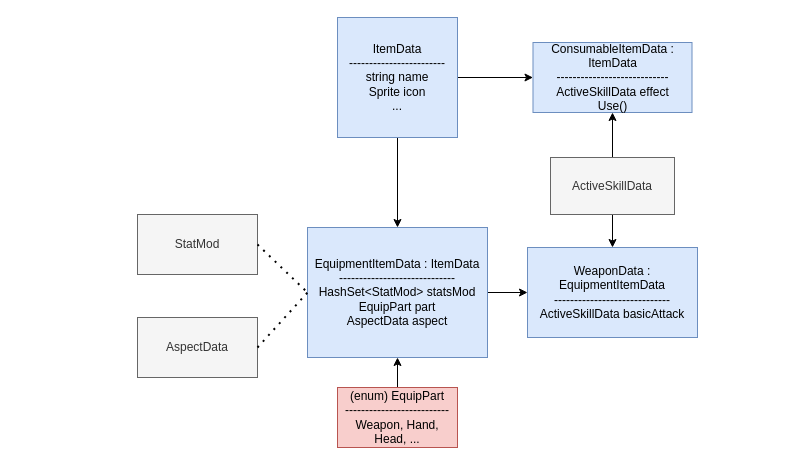
Before: page "Inventory.Items" (1 of 7) of workflows/Inventory,Skills & Effects.drawio in moretech1402/Unity-Scripts, a draw.io diagram. Source tidied: cells renumbered, new cells numbered last; positions are measured from the earlier drawing's top-left corner, leaving out a move shared by most shapes. Both pictures are drawn from the tidied source at 100%, with x=0, y=0 at pixel (137, 17).
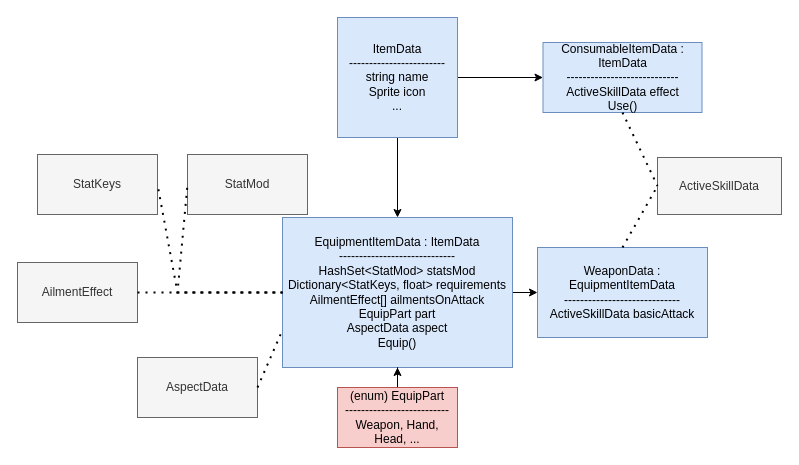
The same page after the edit.

Commit message:
Update : Include requirements & effectOnAttack in diagram

What changed in the source:
```diff
@@
-    <mxCell id="5" style="edgeStyle=orthogonalEdgeStyle;rounded=0;jettySize=auto;html=1;entryX=0.5;entryY=1;entryDx=0;entryDy=0;" parent="1" edge="1" source="7" target="14">
-      <mxGeometry relative="1" as="geometry" />
-    </mxCell>
-    <mxCell id="6" style="edgeStyle=orthogonalEdgeStyle;rounded=0;jettySize=auto;html=1;entryX=0.5;entryY=0;entryDx=0;entryDy=0;" parent="1" edge="1" source="7" target="11">
-      <mxGeometry relative="1" as="geometry" />
-    </mxCell>
     <mxCell id="7" value="ActiveSkillData" style="rounded=0;whiteSpace=wrap;html=1;fillColor=#f5f5f5;strokeColor=#666666;fontColor=#333333;" parent="1" vertex="1">
-      <mxGeometry x="413" y="140" width="124" height="57" as="geometry" />
+      <mxGeometry x="520" y="140" width="124" height="57" as="geometry" />
     </mxCell>
@@
-    <mxCell id="10" value="EquipmentItemData : ItemData&lt;div&gt;-----------------------------&lt;/div&gt;&lt;div&gt;HashSet&amp;lt;StatMod&amp;gt; statsMod&lt;/div&gt;&lt;div&gt;EquipPart part&lt;/div&gt;&lt;div&gt;AspectData aspect&lt;/div&gt;" style="rounded=0;whiteSpace=wrap;html=1;fillColor=#dae8fc;strokeColor=#6c8ebf;" parent="1" vertex="1">
-      <mxGeometry x="170" y="210" width="180" height="130" as="geometry" />
+    <mxCell id="10" value="EquipmentItemData : ItemData&lt;div&gt;-----------------------------&lt;/div&gt;&lt;div&gt;HashSet&amp;lt;StatMod&amp;gt; statsMod&lt;/div&gt;&lt;div&gt;Dictionary&amp;lt;StatKeys, float&amp;gt; requirements&lt;/div&gt;&lt;div&gt;AilmentEffect[] ailmentsOnAttack&lt;/div&gt;&lt;div&gt;EquipPart part&lt;/div&gt;&lt;div&gt;AspectData aspect&lt;/div&gt;&lt;div&gt;Equip()&lt;/div&gt;" style="rounded=0;whiteSpace=wrap;html=1;fillColor=#dae8fc;strokeColor=#6c8ebf;" parent="1" vertex="1">
+      <mxGeometry x="145" y="200" width="230" height="150" as="geometry" />
     </mxCell>
     <mxCell id="11" value="WeaponData : EquipmentItemData&lt;div&gt;-----------------------------&lt;/div&gt;&lt;div&gt;ActiveSkillData basicAttack&lt;/div&gt;" style="rounded=0;whiteSpace=wrap;html=1;fillColor=#dae8fc;strokeColor=#6c8ebf;" parent="1" vertex="1">
-      <mxGeometry x="390" y="230" width="170" height="90" as="geometry" />
+      <mxGeometry x="400" y="230" width="170" height="90" as="geometry" />
     </mxCell>
@@
     <mxCell id="14" value="ConsumableItemData : ItemData&lt;div&gt;----------------------------&lt;/div&gt;&lt;div&gt;ActiveSkillData effect&lt;/div&gt;&lt;div&gt;Use()&lt;/div&gt;" style="rounded=0;whiteSpace=wrap;html=1;fillColor=#dae8fc;strokeColor=#6c8ebf;" parent="1" vertex="1">
-      <mxGeometry x="395.5" y="25" width="159" height="70" as="geometry" />
+      <mxGeometry x="405.5" y="25" width="159" height="70" as="geometry" />
     </mxCell>
     <mxCell id="15" value="AspectData" style="rounded=0;whiteSpace=wrap;html=1;fillColor=#f5f5f5;fontColor=#333333;strokeColor=#666666;" parent="1" vertex="1">
-      <mxGeometry y="300" width="120" height="60" as="geometry" />
+      <mxGeometry y="340" width="120" height="60" as="geometry" />
     </mxCell>
+    <mxCell id="17" value="StatMod" style="rounded=0;whiteSpace=wrap;html=1;fillColor=#f5f5f5;fontColor=#333333;strokeColor=#666666;" parent="1" vertex="1">
+      <mxGeometry x="50" y="137" width="120" height="60" as="geometry" />
+    </mxCell>
+    <mxCell id="19" style="endArrow=none;dashed=1;html=1;dashPattern=1 3;strokeWidth=2;rounded=0;entryX=0;entryY=0.5;entryDx=0;entryDy=0;exitX=0.5;exitY=1;exitDx=0;exitDy=0;" parent="1" edge="1" source="14" target="7">
+      <mxGeometry relative="1" as="geometry" />
+    </mxCell>
+    <mxCell id="20" style="endArrow=none;dashed=1;html=1;dashPattern=1 3;strokeWidth=2;rounded=0;entryX=0;entryY=0.5;entryDx=0;entryDy=0;exitX=0.5;exitY=0;exitDx=0;exitDy=0;" parent="1" edge="1" source="11" target="7">
+      <mxGeometry relative="1" as="geometry" />
+    </mxCell>
+    <mxCell id="21" value="StatKeys" style="rounded=0;whiteSpace=wrap;html=1;fillColor=#f5f5f5;fontColor=#333333;strokeColor=#666666;" parent="1" vertex="1">
+      <mxGeometry x="-100" y="137" width="120" height="60" as="geometry" />
+    </mxCell>
+    <mxCell id="22" style="endArrow=none;dashed=1;html=1;dashPattern=1 3;strokeWidth=2;rounded=0;exitX=0;exitY=0.5;exitDx=0;exitDy=0;entryX=1;entryY=0.5;entryDx=0;entryDy=0;" parent="1" edge="1" source="10" target="21">
+      <mxGeometry relative="1" as="geometry">
+        <Array as="points">
+          <mxPoint x="40" y="275" />
+        </Array>
+      </mxGeometry>
+    </mxCell>
+    <mxCell id="23" style="endArrow=none;dashed=1;html=1;dashPattern=1 3;strokeWidth=2;rounded=0;exitX=0;exitY=0.5;exitDx=0;exitDy=0;entryX=0;entryY=0.5;entryDx=0;entryDy=0;" parent="1" edge="1" source="10" target="17">
+      <mxGeometry relative="1" as="geometry">
+        <Array as="points">
+          <mxPoint x="40" y="275" />
+        </Array>
+      </mxGeometry>
+    </mxCell>
+    <mxCell id="24" value="AilmentEffect" style="rounded=0;whiteSpace=wrap;html=1;fillColor=#f5f5f5;fontColor=#333333;strokeColor=#666666;" parent="1" vertex="1">
+      <mxGeometry x="-120" y="245" width="120" height="60" as="geometry" />
+    </mxCell>
-    <mxCell id="16" style="endArrow=none;dashed=1;html=1;dashPattern=1 3;strokeWidth=2;rounded=0;exitX=1;exitY=0.5;exitDx=0;exitDy=0;entryX=0;entryY=0.5;entryDx=0;entryDy=0;" parent="1" edge="1" source="15" target="10">
+    <mxCell id="16" style="endArrow=none;dashed=1;html=1;dashPattern=1 3;strokeWidth=2;rounded=0;exitX=1;exitY=0.5;exitDx=0;exitDy=0;entryX=0;entryY=0.75;entryDx=0;entryDy=0;" parent="1" edge="1" source="15" target="10">
       <mxGeometry relative="1" as="geometry" />
     </mxCell>
-    <mxCell id="17" value="StatMod" style="rounded=0;whiteSpace=wrap;html=1;fillColor=#f5f5f5;fontColor=#333333;strokeColor=#666666;" parent="1" vertex="1">
-      <mxGeometry y="197" width="120" height="60" as="geometry" />
-    </mxCell>
-    <mxCell id="18" style="endArrow=none;dashed=1;html=1;dashPattern=1 3;strokeWidth=2;rounded=0;exitX=1;exitY=0.5;exitDx=0;exitDy=0;entryX=0;entryY=0.5;entryDx=0;entryDy=0;" parent="1" edge="1" source="17" target="10">
-      <mxGeometry relative="1" as="geometry" />
-    </mxCell>
+    <mxCell id="25" style="endArrow=none;dashed=1;html=1;dashPattern=1 3;strokeWidth=2;rounded=0;exitX=1;exitY=0.5;exitDx=0;exitDy=0;entryX=0;entryY=0.5;entryDx=0;entryDy=0;" parent="1" edge="1" source="24" target="10">
+      <mxGeometry relative="1" as="geometry" />
+    </mxCell>
```
